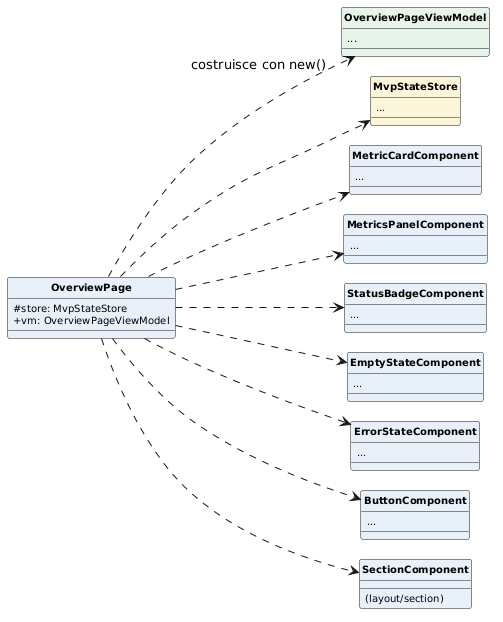
Above: PB/Specifica Tecnica/ImmaginiSpecificaTecnica/ClassiSingoleFrontendMicro/OverviewPageRelation.png in aLittleByte-19/Documentazione (PlantUML), before the change.
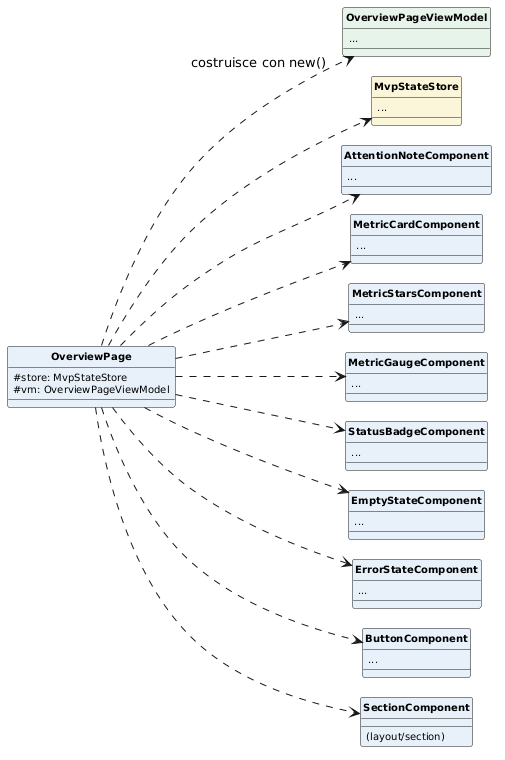
Above is the later version.

The edit, as a diff of the source:
```diff
@@ -12,7 +12,7 @@
 
 class OverviewPage #E8F1FA {
   #store: MvpStateStore
-  +vm: OverviewPageViewModel
+  #vm: OverviewPageViewModel
 }
 
 class OverviewPageViewModel #E6F4EA {
@@ -21,10 +21,16 @@
 class MvpStateStore #FBF6D9 {
   ...
 }
+class AttentionNoteComponent #E8F1FA {
+  ...
+}
 class MetricCardComponent #E8F1FA {
   ...
 }
-class MetricsPanelComponent #E8F1FA {
+class MetricStarsComponent #E8F1FA {
+  ...
+}
+class MetricGaugeComponent #E8F1FA {
   ...
 }
 class StatusBadgeComponent #E8F1FA {
@@ -45,8 +51,10 @@
 
 OverviewPage ..> OverviewPageViewModel : costruisce con new()
 OverviewPage ..> MvpStateStore
+OverviewPage ..> AttentionNoteComponent
 OverviewPage ..> MetricCardComponent
-OverviewPage ..> MetricsPanelComponent
+OverviewPage ..> MetricStarsComponent
+OverviewPage ..> MetricGaugeComponent
 OverviewPage ..> StatusBadgeComponent
 OverviewPage ..> EmptyStateComponent
 OverviewPage ..> ErrorStateComponent
```
